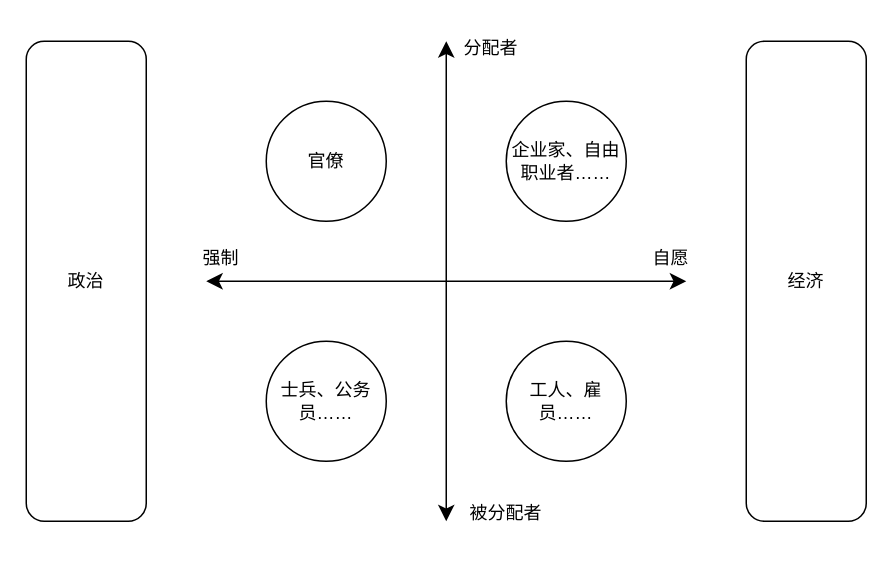
This is 经济角色象限.drawio from yanhanfrontend/draw.io.workspace, a draw.io file, before an edit. Source tidied: cells renumbered, new cells numbered last; positions are measured from the earlier drawing's top-left corner, leaving out a move shared by most shapes. Both pictures are drawn from the tidied source at 150%, with x=0, y=0 at pixel (26, 26).
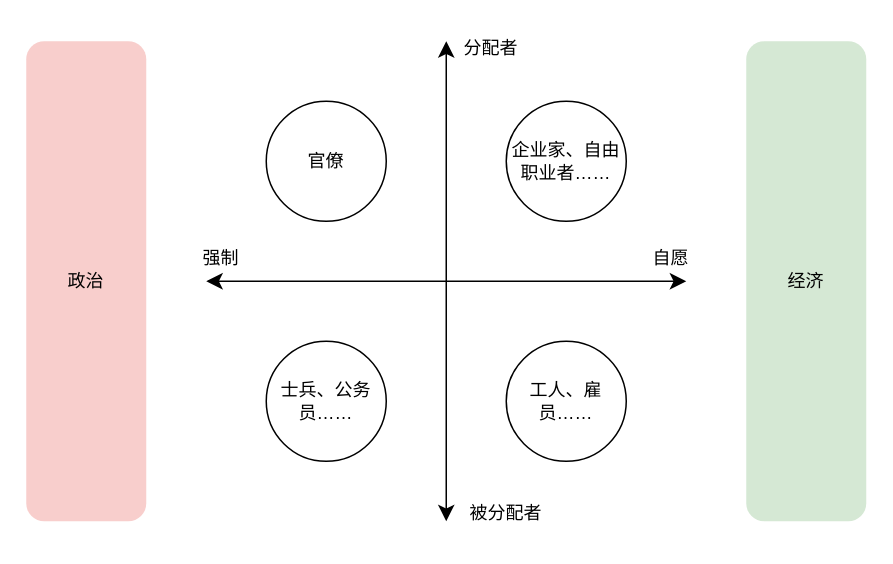
The same diagram, later.

Commit message (it also covers changes not shown here):
更新经济角色象限.drawio

Diff of the diagram source:
```diff
@@
 <mxGraphModel>
   <root>
     <mxCell id="0" />
     <mxCell id="1" parent="0" />
     <mxCell id="2" style="edgeStyle=none;orthogonalLoop=1;jettySize=auto;html=1;endArrow=classic;startArrow=classic;endSize=8;startSize=8;rounded=0;" parent="1" edge="1">
       <mxGeometry relative="1" as="geometry">
         <mxPoint x="120" y="170" as="sourcePoint" />
         <mxPoint x="440" y="170" as="targetPoint" />
       </mxGeometry>
     </mxCell>
     <mxCell id="3" style="edgeStyle=none;orthogonalLoop=1;jettySize=auto;html=1;endArrow=classic;startArrow=classic;endSize=8;startSize=8;rounded=0;" parent="1" edge="1">
       <mxGeometry relative="1" as="geometry">
         <mxPoint x="280" y="10" as="sourcePoint" />
         <mxPoint x="280" y="330" as="targetPoint" />
       </mxGeometry>
     </mxCell>
     <mxCell id="4" value="强制" style="text;html=1;align=center;verticalAlign=middle;whiteSpace=wrap;rounded=0;" parent="1" vertex="1">
       <mxGeometry x="100" y="140" width="60" height="30" as="geometry" />
     </mxCell>
     <mxCell id="5" value="自愿" style="text;html=1;align=center;verticalAlign=middle;whiteSpace=wrap;rounded=0;" parent="1" vertex="1">
       <mxGeometry x="400" y="140" width="60" height="30" as="geometry" />
     </mxCell>
     <mxCell id="6" value="分配者" style="text;html=1;align=center;verticalAlign=middle;whiteSpace=wrap;rounded=0;" parent="1" vertex="1">
       <mxGeometry x="280" width="60" height="30" as="geometry" />
     </mxCell>
     <mxCell id="7" value="被分配者" style="text;html=1;align=center;verticalAlign=middle;whiteSpace=wrap;rounded=0;" parent="1" vertex="1">
       <mxGeometry x="290" y="310" width="60" height="30" as="geometry" />
     </mxCell>
     <mxCell id="8" value="官僚" style="ellipse;whiteSpace=wrap;html=1;" parent="1" vertex="1">
       <mxGeometry x="160" y="50" width="80" height="80" as="geometry" />
     </mxCell>
     <mxCell id="9" value="企业家、自由职业者……" style="ellipse;whiteSpace=wrap;html=1;" parent="1" vertex="1">
       <mxGeometry x="320" y="50" width="80" height="80" as="geometry" />
     </mxCell>
     <mxCell id="10" value="士兵、公务员……" style="ellipse;whiteSpace=wrap;html=1;" parent="1" vertex="1">
       <mxGeometry x="160" y="210" width="80" height="80" as="geometry" />
     </mxCell>
     <mxCell id="11" value="工人、雇员……" style="ellipse;whiteSpace=wrap;html=1;" parent="1" vertex="1">
       <mxGeometry x="320" y="210" width="80" height="80" as="geometry" />
     </mxCell>
-    <mxCell id="12" value="政治" style="rounded=1;whiteSpace=wrap;html=1;" parent="1" vertex="1">
+    <mxCell id="12" value="政治" style="rounded=1;whiteSpace=wrap;html=1;fillColor=#f8cecc;strokeColor=none;" parent="1" vertex="1">
       <mxGeometry y="10" width="80" height="320" as="geometry" />
     </mxCell>
-    <mxCell id="13" value="经济" style="rounded=1;whiteSpace=wrap;html=1;" parent="1" vertex="1">
+    <mxCell id="13" value="经济" style="rounded=1;whiteSpace=wrap;html=1;fillColor=#d5e8d4;strokeColor=none;" parent="1" vertex="1">
       <mxGeometry x="480" y="10" width="80" height="320" as="geometry" />
     </mxCell>
   </root>
 </mxGraphModel>
```
